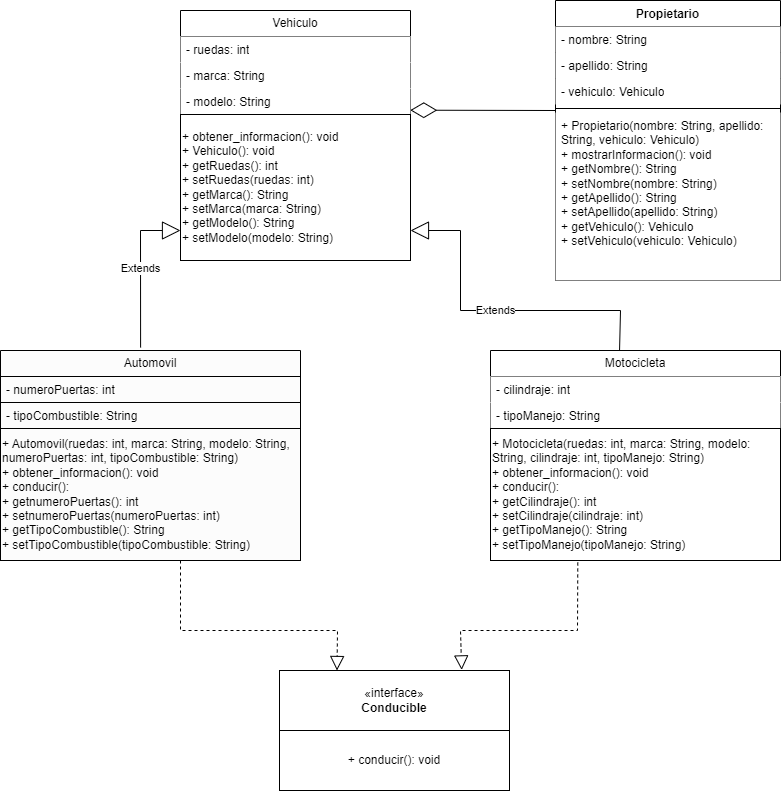
Sof-Saos/POO-Vehiculos keeps this draw.io diagram as Vehiculo.drawio.png. Above is the earlier version. Source tidied: cells renumbered, new cells last; positions are measured from the earlier drawing's top-left corner, leaving out a move shared by most shapes.
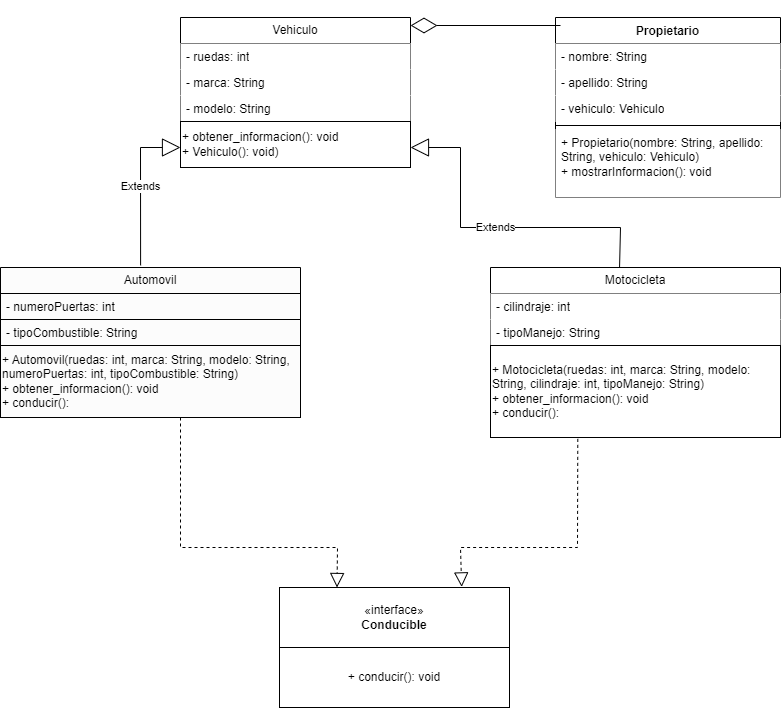
The same diagram one commit later.

Change to the diagram source:
```diff
@@ -3,7 +3,7 @@
     <mxCell id="0" />
     <mxCell id="1" parent="0" />
     <mxCell id="2" value="Vehiculo" style="swimlane;fontStyle=0;horizontal=1;startSize=26;fillColor=#FFFFFF;whiteSpace=wrap;html=1;" parent="1" vertex="1">
-      <mxGeometry x="180" y="10" width="230" height="250" as="geometry" />
+      <mxGeometry x="180" y="100" width="230" height="150" as="geometry" />
     </mxCell>
     <mxCell id="3" value="- ruedas: int" style="text;strokeColor=none;fillColor=#FFFFFF;align=left;verticalAlign=top;spacingLeft=4;spacingRight=4;overflow=hidden;whiteSpace=wrap;html=1;" parent="2" vertex="1">
       <mxGeometry y="26" width="230" height="26" as="geometry" />
@@ -14,11 +14,11 @@
     <mxCell id="5" value="- modelo: String" style="text;strokeColor=none;fillColor=#FFFFFF;align=left;verticalAlign=top;spacingLeft=4;spacingRight=4;overflow=hidden;points=[[0,0.5],[1,0.5]];portConstraint=eastwest;whiteSpace=wrap;html=1;" parent="2" vertex="1">
       <mxGeometry y="78" width="230" height="26" as="geometry" />
     </mxCell>
-    <mxCell id="6" value="+ obtener_informacion(): void&lt;br&gt;+ Vehiculo(): void&lt;br&gt;+ getRuedas(): int&lt;br&gt;+ setRuedas(ruedas: int)&lt;br&gt;+ getMarca(): String&lt;br&gt;+ setMarca(marca: String)&lt;br&gt;+ getModelo(): String&lt;br&gt;+ setModelo(modelo: String)" style="html=1;whiteSpace=wrap;align=left;fillColor=#FFFFFF;" parent="2" vertex="1">
-      <mxGeometry y="104" width="230" height="146" as="geometry" />
+    <mxCell id="6" value="+ obtener_informacion(): void&lt;br&gt;+ Vehiculo(): void)" style="html=1;whiteSpace=wrap;align=left;fillColor=#FFFFFF;" parent="2" vertex="1">
+      <mxGeometry y="104" width="230" height="46" as="geometry" />
     </mxCell>
     <mxCell id="7" value="Motocicleta" style="swimlane;fontStyle=0;horizontal=1;startSize=26;fillColor=#FFFFFF;whiteSpace=wrap;html=1;" parent="1" vertex="1">
-      <mxGeometry x="490" y="350" width="290" height="210" as="geometry" />
+      <mxGeometry x="490" y="350" width="290" height="170" as="geometry" />
     </mxCell>
     <mxCell id="8" value="- cilindraje: int" style="text;strokeColor=none;fillColor=#FFFFFF;align=left;verticalAlign=top;spacingLeft=4;spacingRight=4;overflow=hidden;whiteSpace=wrap;html=1;" parent="7" vertex="1">
       <mxGeometry y="26" width="290" height="26" as="geometry" />
@@ -26,11 +26,11 @@
     <mxCell id="9" value="- tipoManejo: String" style="text;strokeColor=none;fillColor=#FFFFFF;align=left;verticalAlign=top;spacingLeft=4;spacingRight=4;overflow=hidden;whiteSpace=wrap;html=1;" parent="7" vertex="1">
       <mxGeometry y="52" width="290" height="26" as="geometry" />
     </mxCell>
-    <mxCell id="10" value="+ Motocicleta(ruedas: int, marca: String, modelo: String, cilindraje: int, tipoManejo: String)&lt;br&gt;+ obtener_informacion(): void&lt;br&gt;+ conducir():&lt;br&gt;+ getCilindraje(): int&lt;br&gt;+ setCilindraje(cilindraje: int)&lt;br&gt;+ getTipoManejo(): String&lt;br&gt;+ setTipoManejo(tipoManejo: String)" style="html=1;whiteSpace=wrap;align=left;fillColor=#FFFFFF;" parent="7" vertex="1">
-      <mxGeometry y="78" width="290" height="132" as="geometry" />
+    <mxCell id="10" value="+ Motocicleta(ruedas: int, marca: String, modelo: String, cilindraje: int, tipoManejo: String)&lt;br&gt;+ obtener_informacion(): void&lt;br&gt;+ conducir():" style="html=1;whiteSpace=wrap;align=left;fillColor=#FFFFFF;" parent="7" vertex="1">
+      <mxGeometry y="78" width="290" height="92" as="geometry" />
     </mxCell>
     <mxCell id="11" value="Automovil" style="swimlane;fontStyle=0;horizontal=1;startSize=26;fillColor=#FCFCFC;whiteSpace=wrap;html=1;strokeColor=#000000;" parent="1" vertex="1">
-      <mxGeometry y="350" width="300" height="210" as="geometry" />
+      <mxGeometry y="350" width="300" height="150" as="geometry" />
     </mxCell>
     <mxCell id="12" value="- numeroPuertas: int" style="text;strokeColor=#000000;fillColor=#FCFCFC;align=left;verticalAlign=top;spacingLeft=4;spacingRight=4;overflow=hidden;whiteSpace=wrap;html=1;" parent="11" vertex="1">
       <mxGeometry y="26" width="300" height="26" as="geometry" />
@@ -38,8 +38,8 @@
     <mxCell id="13" value="- tipoCombustible: String" style="text;strokeColor=#000000;fillColor=#FCFCFC;align=left;verticalAlign=top;spacingLeft=4;spacingRight=4;overflow=hidden;whiteSpace=wrap;html=1;" parent="11" vertex="1">
       <mxGeometry y="52" width="300" height="26" as="geometry" />
     </mxCell>
-    <mxCell id="14" value="+ Automovil(ruedas: int, marca: String, modelo: String, numeroPuertas: int, tipoCombustible: String)&lt;br style=&quot;border-color: var(--border-color);&quot;&gt;+ obtener_informacion(): void&lt;br&gt;+ conducir():&lt;br&gt;+ getnumeroPuertas(): int&lt;br&gt;+ setnumeroPuertas(numeroPuertas: int)&lt;br&gt;+ getTipoCombustible(): String&lt;br&gt;+ setTipoCombustible(tipoCombustible: String)" style="html=1;whiteSpace=wrap;align=left;fillColor=#FCFCFC;strokeColor=#000000;" parent="11" vertex="1">
-      <mxGeometry y="78" width="300" height="132" as="geometry" />
+    <mxCell id="14" value="+ Automovil(ruedas: int, marca: String, modelo: String, numeroPuertas: int, tipoCombustible: String)&lt;br style=&quot;border-color: var(--border-color);&quot;&gt;+ obtener_informacion(): void&lt;br&gt;+ conducir():" style="html=1;whiteSpace=wrap;align=left;fillColor=#FCFCFC;strokeColor=#000000;" parent="11" vertex="1">
+      <mxGeometry y="78" width="300" height="72" as="geometry" />
     </mxCell>
     <mxCell id="15" value="Extends" style="endArrow=block;endSize=16;endFill=0;html=1;rounded=0;exitX=0.445;exitY=0;exitDx=0;exitDy=0;exitPerimeter=0;fillColor=#FFFFFF;" parent="1" edge="1" source="7">
       <mxGeometry relative="1" as="geometry">
@@ -60,7 +60,7 @@
       </mxGeometry>
     </mxCell>
     <mxCell id="17" value="Propietario" style="swimlane;fontStyle=1;align=center;verticalAlign=top;horizontal=1;startSize=26;whiteSpace=wrap;html=1;fillColor=#FFFFFF;" parent="1" vertex="1">
-      <mxGeometry x="555" width="225" height="280" as="geometry" />
+      <mxGeometry x="555" y="100" width="225" height="180" as="geometry" />
     </mxCell>
     <mxCell id="18" value="- nombre: String&lt;br&gt;" style="text;strokeColor=none;fillColor=#FFFFFF;align=left;verticalAlign=top;spacingLeft=4;spacingRight=4;overflow=hidden;whiteSpace=wrap;html=1;" parent="17" vertex="1">
       <mxGeometry y="26" width="225" height="26" as="geometry" />
@@ -74,11 +74,14 @@
     <mxCell id="21" style="line;strokeWidth=1;fillColor=#FFFFFF;align=left;verticalAlign=middle;spacingTop=-1;spacingLeft=3;spacingRight=3;labelPosition=right;points=[];portConstraint=eastwest;strokeColor=inherit;" parent="17" vertex="1">
       <mxGeometry y="104" width="225" height="8" as="geometry" />
     </mxCell>
-    <mxCell id="22" value="+&amp;nbsp;Propietario(nombre: String, apellido: String, vehiculo: Vehiculo)&lt;br&gt;+ mostrarInformacion(): void&lt;br&gt;+ getNombre(): String&lt;br&gt;+ setNombre(nombre: String)&lt;br&gt;+ getApellido(): String&lt;br&gt;+ setApellido(apellido: String)&lt;br&gt;+ getVehiculo(): Vehiculo&lt;br&gt;+ setVehiculo(vehiculo: Vehiculo)" style="text;strokeColor=none;fillColor=#FFFFFF;align=left;verticalAlign=top;spacingLeft=4;spacingRight=4;overflow=hidden;whiteSpace=wrap;html=1;" parent="17" vertex="1">
-      <mxGeometry y="112" width="225" height="168" as="geometry" />
+    <mxCell id="22" value="+&amp;nbsp;Propietario(nombre: String, apellido: String, vehiculo: Vehiculo)&lt;br&gt;+ mostrarInformacion(): void" style="text;strokeColor=none;fillColor=#FFFFFF;align=left;verticalAlign=top;spacingLeft=4;spacingRight=4;overflow=hidden;whiteSpace=wrap;html=1;" parent="17" vertex="1">
+      <mxGeometry y="112" width="225" height="68" as="geometry" />
     </mxCell>
-    <mxCell id="23" style="endArrow=diamondThin;endFill=0;endSize=24;html=1;rounded=0;entryX=0.999;entryY=0.834;entryDx=0;entryDy=0;exitX=0;exitY=0.75;exitDx=0;exitDy=0;exitPerimeter=0;entryPerimeter=0;fillColor=#FFFFFF;" parent="1" edge="1" source="21" target="5">
-      <mxGeometry relative="1" as="geometry" />
+    <mxCell id="23" style="endArrow=diamondThin;endFill=0;endSize=24;html=1;rounded=0;fillColor=#FFFFFF;" parent="1" edge="1">
+      <mxGeometry relative="1" as="geometry">
+        <mxPoint x="560" y="108" as="sourcePoint" />
+        <mxPoint x="410" y="108" as="targetPoint" />
+      </mxGeometry>
     </mxCell>
     <mxCell id="24" style="group;fillColor=#FFFFFF;" parent="1" vertex="1">
       <mxGeometry x="279" y="670" width="230" height="120" as="geometry" />
@@ -89,9 +92,8 @@
     <mxCell id="26" value="+ conducir(): void" style="html=1;whiteSpace=wrap;fillColor=#FFFFFF;" parent="24" vertex="1">
       <mxGeometry y="60" width="230" height="60" as="geometry" />
     </mxCell>
-    <mxCell id="27" style="endArrow=block;dashed=1;endFill=0;endSize=12;html=1;rounded=0;entryX=0.25;entryY=0;entryDx=0;entryDy=0;" parent="1" edge="1" target="25">
+    <mxCell id="27" style="endArrow=block;dashed=1;endFill=0;endSize=12;html=1;rounded=0;entryX=0.25;entryY=0;entryDx=0;entryDy=0;exitX=0.6;exitY=1;exitDx=0;exitDy=0;exitPerimeter=0;" parent="1" edge="1" source="14" target="25">
       <mxGeometry relative="1" as="geometry">
-        <mxPoint x="180" y="560" as="sourcePoint" />
         <Array as="points">
           <mxPoint x="180" y="630" />
           <mxPoint x="337" y="630" />
```
